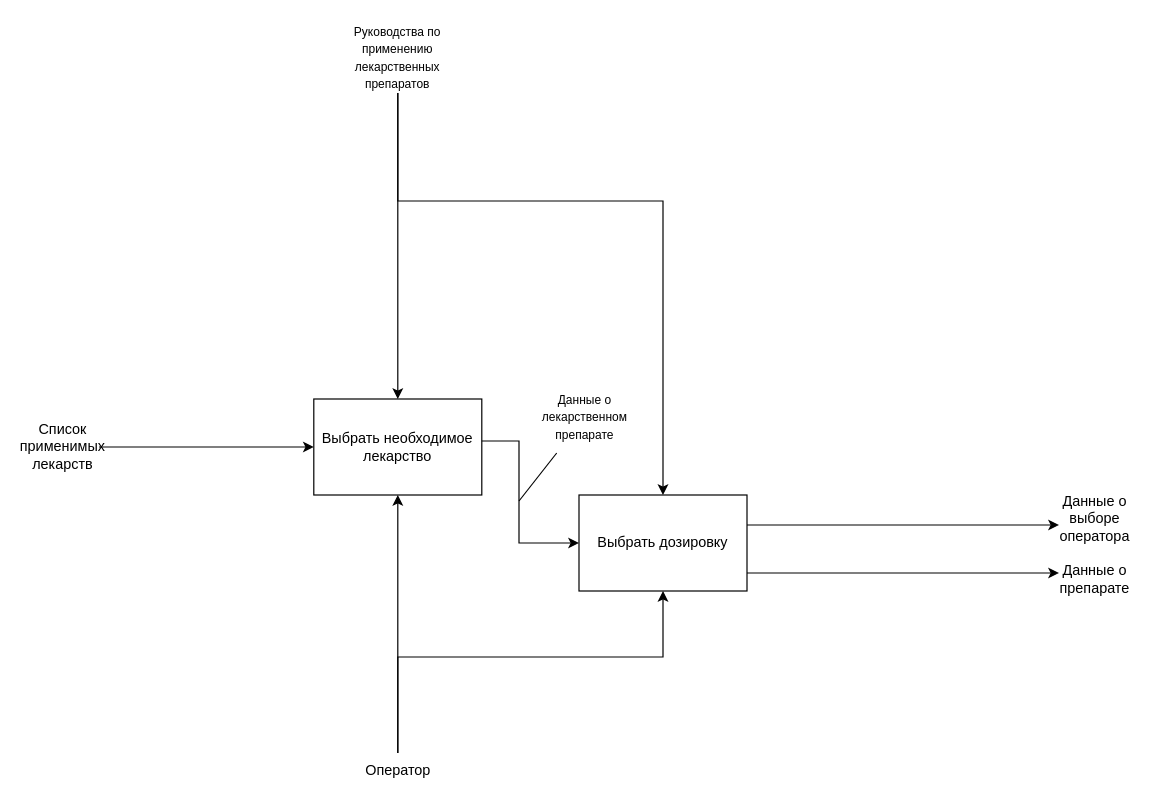
Earlier version of the draw.io diagram coursework/diagrams/IDEF2_2.drawio (ThomasCharester/KursuchShop). Source tidied: cells renumbered, new cells numbered last; positions are measured from the earlier drawing's top-left corner, leaving out a move shared by most shapes. Both pictures are drawn from the tidied source at 120%, with x=0, y=0 at pixel (26, 20).
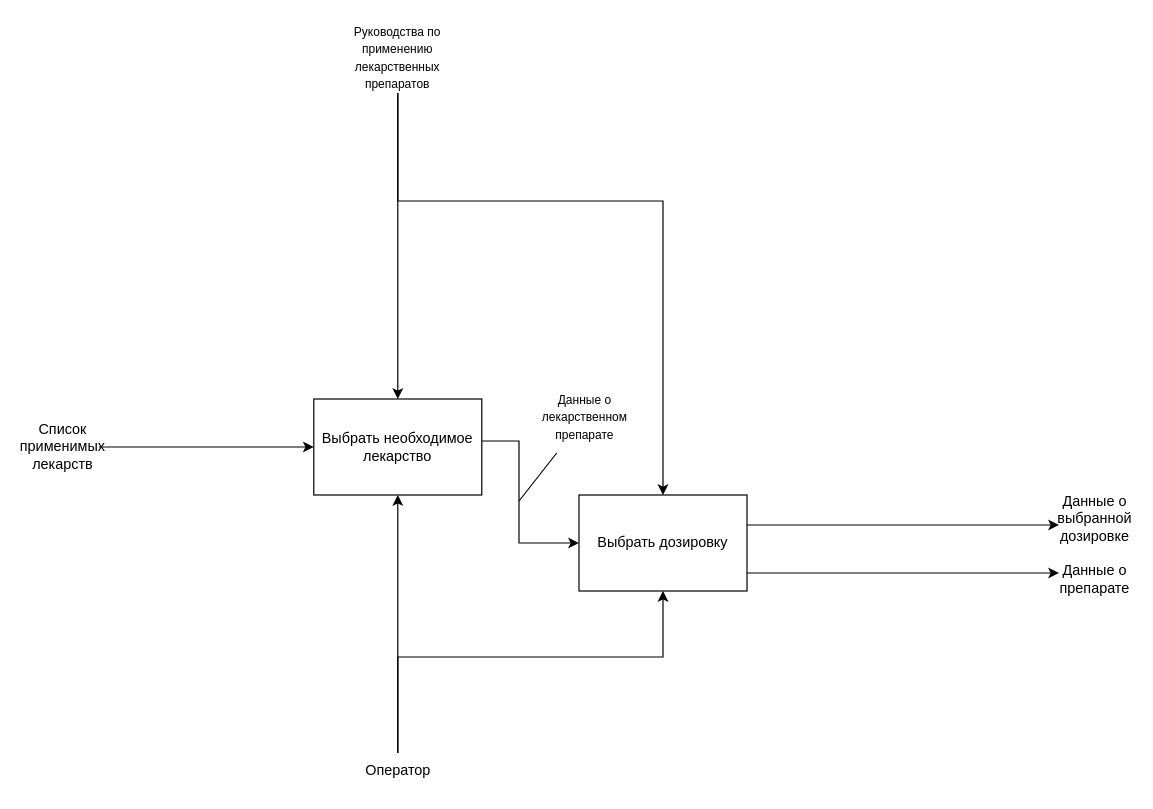
After the change.

Diff of the diagram source:
```diff
@@
-    <mxCell id="9" value="Данные о выборе оператора" style="text;html=1;align=center;verticalAlign=middle;whiteSpace=wrap;rounded=0;" parent="1" vertex="1">
+    <mxCell id="9" value="Данные о выбранной дозировке" style="text;html=1;align=center;verticalAlign=middle;whiteSpace=wrap;rounded=0;" parent="1" vertex="1">
       <mxGeometry x="860" y="390" width="60" height="50" as="geometry" />
     </mxCell>
```
